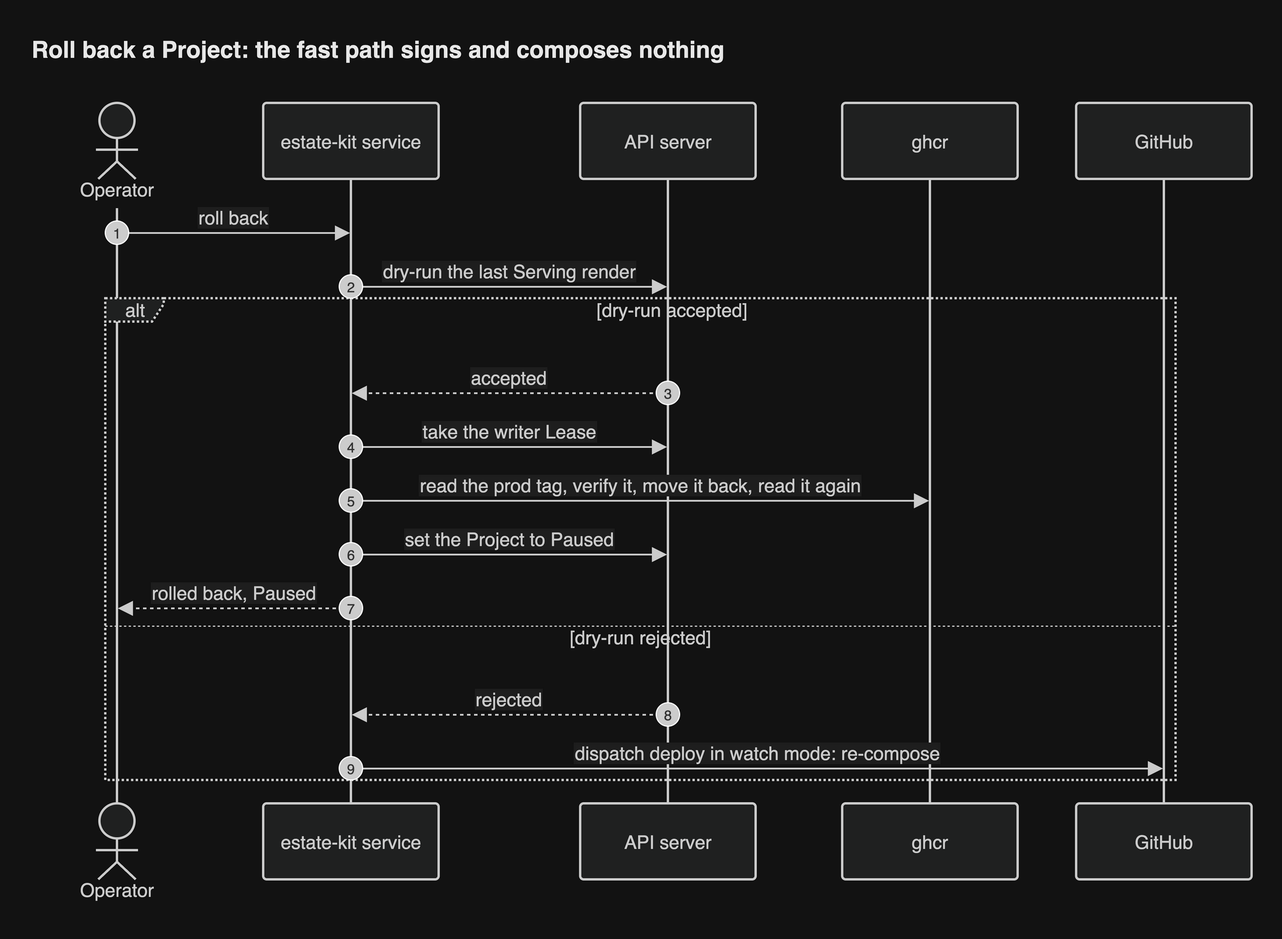
This is docs/diagrams/png/seq-rollback.png from JorisJonkers-dev/estate-kit, a draw.io export, as it was before one commit. Source tidied: cells renumbered, new cells last; positions are measured from the earlier drawing's top-left corner, leaving out a move shared by most shapes.
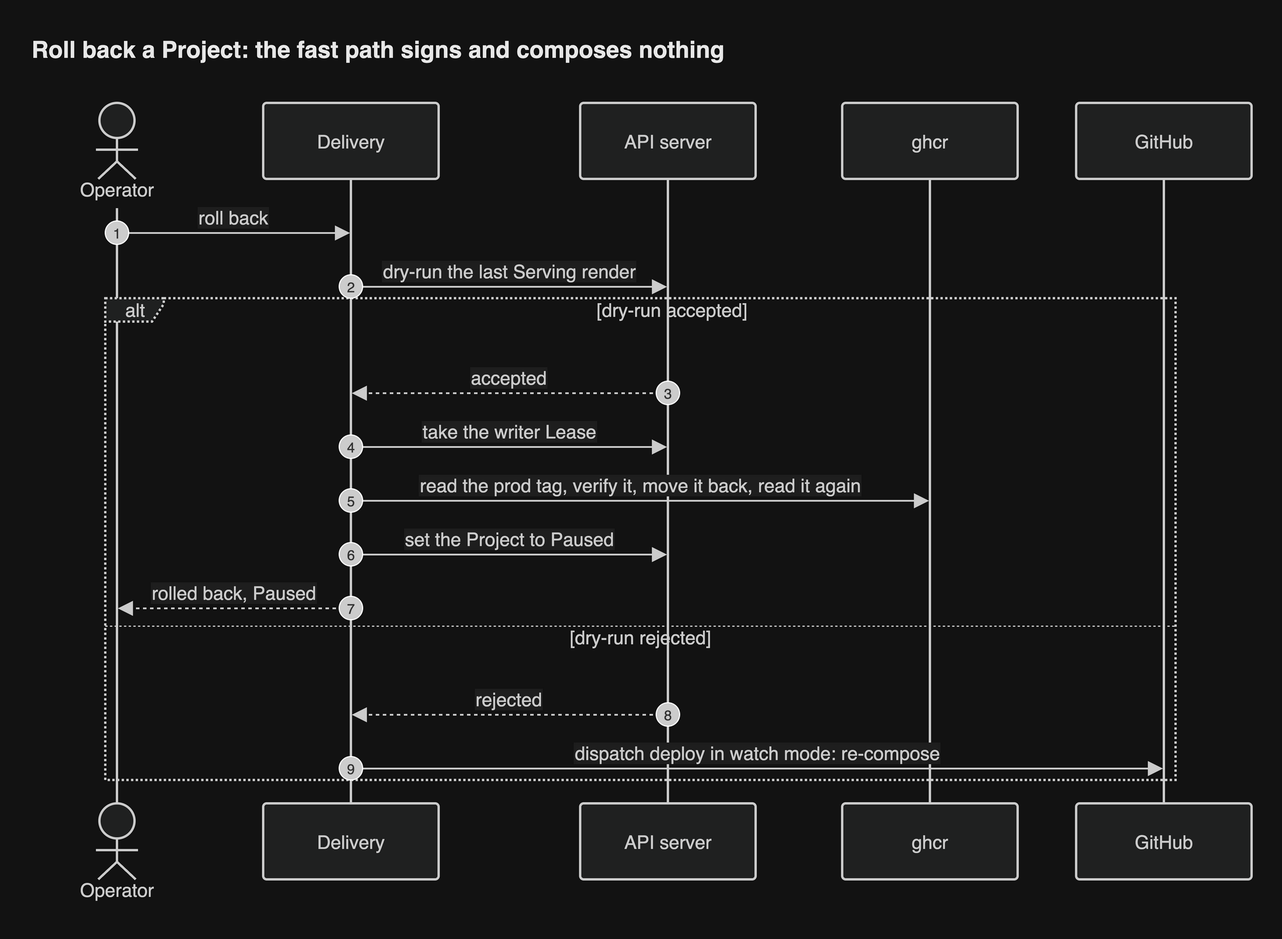
The same file after the commit.

Change to the diagram source:
```diff
@@ -5,7 +5,7 @@
     <mxCell id="2" value="Operator" style="html=1;shape=umlLifeline;perimeter=lifelinePerimeter;whiteSpace=wrap;outlineConnect=0;portConstraint=eastwest;newEdgeStyle={&quot;edgeStyle&quot;:&quot;sequenceEdgeStyle&quot;,&quot;libavoidRouting&quot;:0,&quot;curved&quot;:0,&quot;rounded&quot;:0};lifelineDashed=0;strokeWidth=2;rounded=1;absoluteArcSize=1;arcSize=6;lifelineColor=light-dark(#9370DB,#cccccc);participant=seqActorStick;verticalAlign=bottom;align=center;spacingBottom=4;size=90;lifelineMirror=1;fillColor=light-dark(#ECECFF,#1f2020);strokeColor=light-dark(#9370DB,#cccccc);fontColor=light-dark(#333333,#cccccc);fontSize=16;fontFamily=Helvetica;" parent="1" vertex="1">
       <mxGeometry y="64" width="150" height="689" as="geometry" />
     </mxCell>
-    <mxCell id="3" value="estate-kit service" style="html=1;shape=umlLifeline;perimeter=lifelinePerimeter;whiteSpace=wrap;outlineConnect=0;portConstraint=eastwest;newEdgeStyle={&quot;edgeStyle&quot;:&quot;sequenceEdgeStyle&quot;,&quot;libavoidRouting&quot;:0,&quot;curved&quot;:0,&quot;rounded&quot;:0};lifelineDashed=0;strokeWidth=2;rounded=1;absoluteArcSize=1;arcSize=6;lifelineColor=light-dark(#9370DB,#cccccc);size=65;lifelineMirror=1;fillColor=light-dark(#ECECFF,#1f2020);strokeColor=light-dark(#9370DB,#cccccc);fontColor=light-dark(#333333,#cccccc);fontSize=16;fontFamily=Helvetica;" parent="1" vertex="1">
+    <mxCell id="3" value="Delivery" style="html=1;shape=umlLifeline;perimeter=lifelinePerimeter;whiteSpace=wrap;outlineConnect=0;portConstraint=eastwest;newEdgeStyle={&quot;edgeStyle&quot;:&quot;sequenceEdgeStyle&quot;,&quot;libavoidRouting&quot;:0,&quot;curved&quot;:0,&quot;rounded&quot;:0};lifelineDashed=0;strokeWidth=2;rounded=1;absoluteArcSize=1;arcSize=6;lifelineColor=light-dark(#9370DB,#cccccc);size=65;lifelineMirror=1;fillColor=light-dark(#ECECFF,#1f2020);strokeColor=light-dark(#9370DB,#cccccc);fontColor=light-dark(#333333,#cccccc);fontSize=16;fontFamily=Helvetica;" parent="1" vertex="1">
       <mxGeometry x="200" y="64" width="150" height="664" as="geometry" />
     </mxCell>
     <mxCell id="4" value="API server" style="html=1;shape=umlLifeline;perimeter=lifelinePerimeter;whiteSpace=wrap;outlineConnect=0;portConstraint=eastwest;newEdgeStyle={&quot;edgeStyle&quot;:&quot;sequenceEdgeStyle&quot;,&quot;libavoidRouting&quot;:0,&quot;curved&quot;:0,&quot;rounded&quot;:0};lifelineDashed=0;strokeWidth=2;rounded=1;absoluteArcSize=1;arcSize=6;lifelineColor=light-dark(#9370DB,#cccccc);size=65;lifelineMirror=1;fillColor=light-dark(#ECECFF,#1f2020);strokeColor=light-dark(#9370DB,#cccccc);fontColor=light-dark(#333333,#cccccc);fontSize=16;fontFamily=Helvetica;" parent="1" vertex="1">
```
